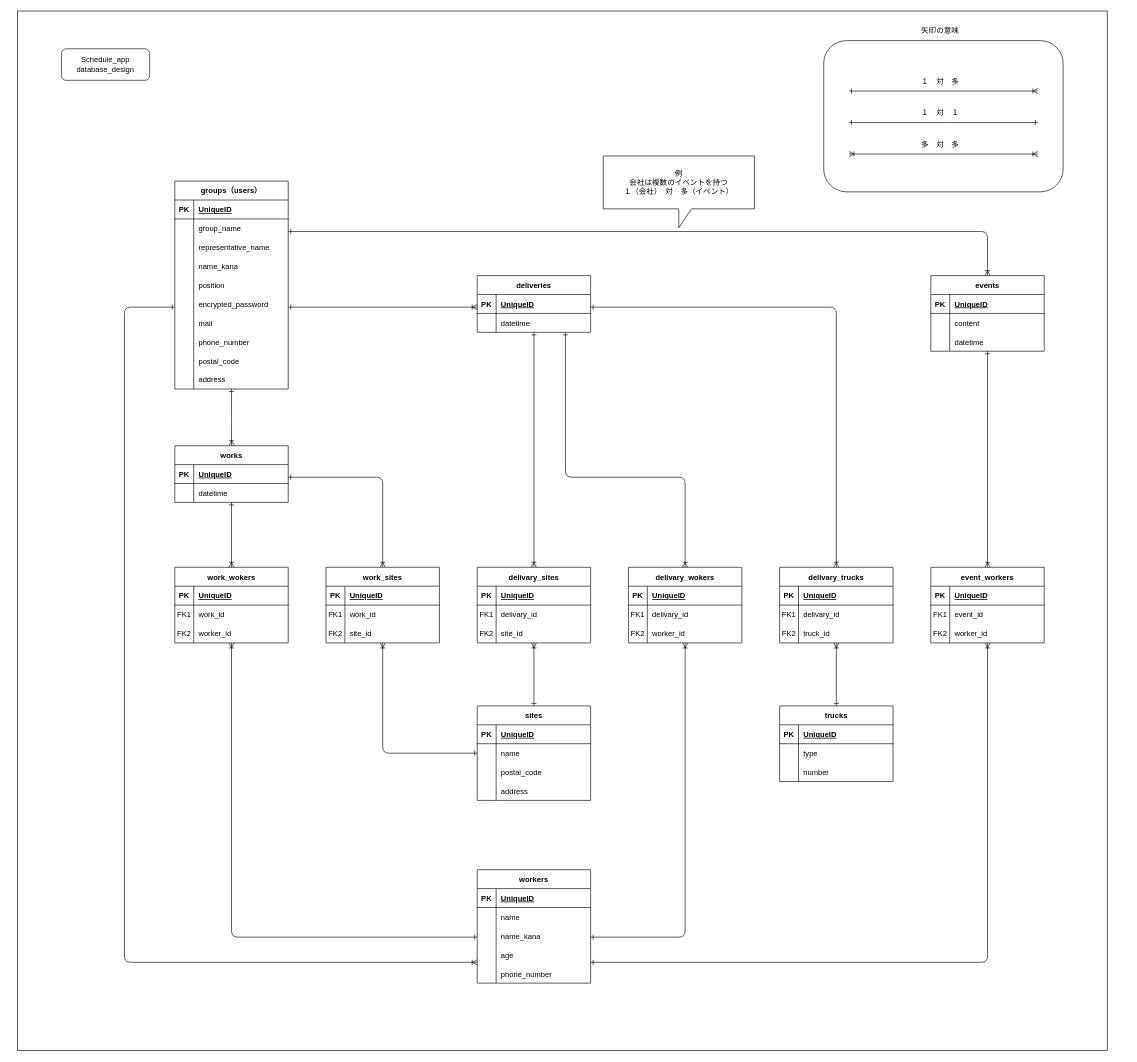
Earlier version of the draw.io diagram database.drawio (nagai-sho/schedule_app). Source tidied: cells renumbered, new cells numbered last; positions are measured from the earlier drawing's top-left corner, leaving out a move shared by most shapes. Both pictures are drawn from the tidied source at 63%, with x=0, y=0 at pixel (17, 11).
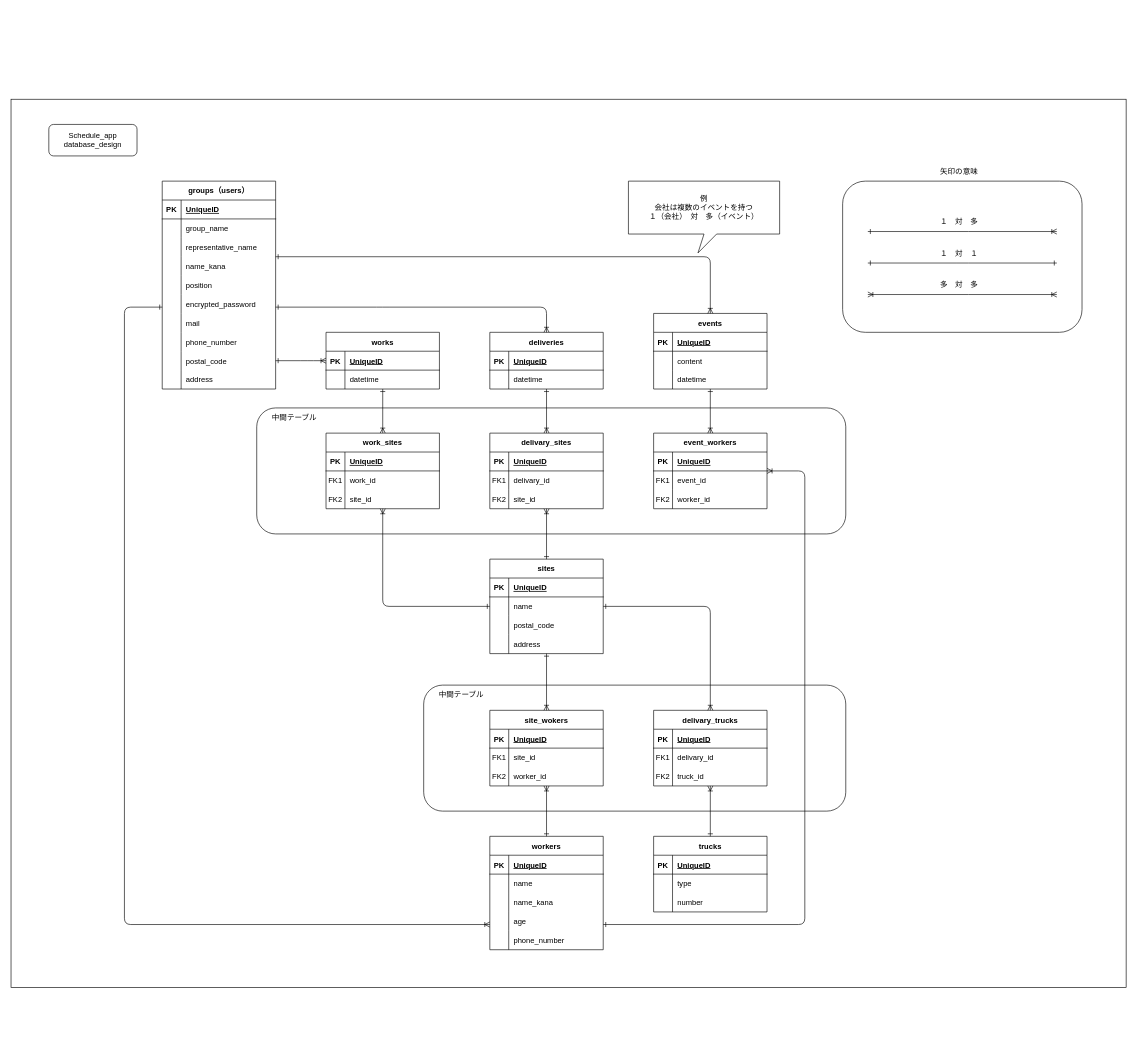
After the change.

Commit message (it also covers changes not shown here):
Modification of database_design

The change refers to these unchanged cells:
```xml
<mxCell id="118" style="shape=tableRow;horizontal=0;startSize=0;swimlaneHead=0;swimlaneBody=0;fillColor=none;top=0;left=0;right=0;bottom=0;" parent="114" vertex="1">
  <mxGeometry y="60" width="180" height="30" as="geometry" />
</mxCell>
```

What changed in the source:
```diff
@@
     <mxCell id="2" style="rounded=0;whiteSpace=wrap;html=1;fillColor=none;" parent="1" vertex="1">
-      <mxGeometry width="1730" height="1650" as="geometry" />
+      <mxGeometry x="-10" y="140" width="1770" height="1410" as="geometry" />
     </mxCell>
+    <mxCell id="185" style="group;fillColor=none;" parent="1" vertex="1">
+      <mxGeometry x="380" y="630" width="935" height="640" as="geometry" />
+    </mxCell>
+    <mxCell id="186" style="group;" parent="185" vertex="1">
+      <mxGeometry x="265" y="440" width="670" height="200" as="geometry" />
+    </mxCell>
+    <mxCell id="187" style="rounded=1;whiteSpace=wrap;html=1;" parent="186" vertex="1">
+      <mxGeometry width="670" height="200" as="geometry" />
+    </mxCell>
+    <mxCell id="188" value="中間テーブル" style="text;html=1;strokeColor=none;fillColor=none;align=center;verticalAlign=middle;whiteSpace=wrap;rounded=0;" parent="186" vertex="1">
+      <mxGeometry width="120" height="30" as="geometry" />
+    </mxCell>
+    <mxCell id="189" style="group;" parent="185" vertex="1">
+      <mxGeometry width="935" height="200" as="geometry" />
+    </mxCell>
+    <mxCell id="190" style="rounded=1;whiteSpace=wrap;html=1;" parent="189" vertex="1">
+      <mxGeometry width="935" height="200" as="geometry" />
+    </mxCell>
+    <mxCell id="191" value="中間テーブル" style="text;html=1;strokeColor=none;fillColor=none;align=center;verticalAlign=middle;whiteSpace=wrap;rounded=0;" parent="189" vertex="1">
+      <mxGeometry width="120" height="30" as="geometry" />
+    </mxCell>
     <mxCell id="3" value="Schedule_app&lt;br&gt;database_design" style="rounded=1;whiteSpace=wrap;html=1;" parent="1" vertex="1">
-      <mxGeometry x="70" y="60" width="140" height="50" as="geometry" />
+      <mxGeometry x="50" y="180" width="140" height="50" as="geometry" />
     </mxCell>
     <mxCell id="4" value="groups（users）" style="shape=table;startSize=30;childLayout=tableLayout;rowLines=0;fontStyle=1;align=center;" parent="1" vertex="1">
-      <mxGeometry x="250" y="270" width="180" height="330" as="geometry" />
+      <mxGeometry x="230" y="270" width="180" height="330" as="geometry" />
     </mxCell>
@@
     <mxCell id="35" value="sites" style="shape=table;startSize=30;childLayout=tableLayout;rowLines=0;fontStyle=1;align=center;" parent="1" vertex="1">
-      <mxGeometry x="730" y="1103" width="180" height="150" as="geometry" />
+      <mxGeometry x="750" y="870" width="180" height="150" as="geometry" />
     </mxCell>
@@
     <mxCell id="48" value="works" style="shape=table;startSize=30;childLayout=tableLayout;rowLines=0;fontStyle=1;align=center;" parent="1" vertex="1">
-      <mxGeometry x="250" y="690" width="180" height="90" as="geometry" />
+      <mxGeometry x="490" y="510" width="180" height="90" as="geometry" />
     </mxCell>
@@
     <mxCell id="55" value="deliveries" style="shape=table;startSize=30;childLayout=tableLayout;rowLines=0;fontStyle=1;align=center;" parent="1" vertex="1">
-      <mxGeometry x="730" y="420" width="180" height="90" as="geometry" />
+      <mxGeometry x="750" y="510" width="180" height="90" as="geometry" />
     </mxCell>
@@
     <mxCell id="62" value="events" style="shape=table;startSize=30;childLayout=tableLayout;rowLines=0;fontStyle=1;align=center;" parent="1" vertex="1">
-      <mxGeometry x="1450" y="420" width="180" height="120" as="geometry" />
+      <mxGeometry x="1010" y="480" width="180" height="120" as="geometry" />
     </mxCell>
@@
     <mxCell id="72" value="trucks" style="shape=table;startSize=30;childLayout=tableLayout;rowLines=0;fontStyle=1;align=center;" parent="1" vertex="1">
-      <mxGeometry x="1210" y="1103" width="180" height="120" as="geometry" />
+      <mxGeometry x="1010" y="1310" width="180" height="120" as="geometry" />
     </mxCell>
@@
     <mxCell id="83" value="workers" style="shape=table;startSize=30;childLayout=tableLayout;rowLines=0;fontStyle=1;align=center;" parent="1" vertex="1">
-      <mxGeometry x="730" y="1363" width="180" height="180" as="geometry" />
+      <mxGeometry x="750" y="1310" width="180" height="180" as="geometry" />
     </mxCell>
@@
     <mxCell id="99" style="edgeStyle=orthogonalEdgeStyle;html=1;endArrow=ERoneToMany;endFill=0;startArrow=ERone;startFill=0;" parent="1" edge="1" source="4" target="62">
       <mxGeometry relative="1" as="geometry">
         <Array as="points">
-          <mxPoint x="1540" y="350" />
+          <mxPoint x="1100" y="390" />
         </Array>
       </mxGeometry>
     </mxCell>
@@
     <mxCell id="101" style="edgeStyle=orthogonalEdgeStyle;html=1;endArrow=ERoneToMany;endFill=0;startArrow=ERone;startFill=0;" parent="1" edge="1" source="4" target="48">
       <mxGeometry relative="1" as="geometry">
         <Array as="points">
-          <mxPoint x="340" y="650" />
-          <mxPoint x="340" y="650" />
+          <mxPoint x="460" y="555" />
+          <mxPoint x="460" y="555" />
         </Array>
       </mxGeometry>
     </mxCell>
     <mxCell id="102" style="edgeStyle=orthogonalEdgeStyle;html=1;endArrow=ERoneToMany;endFill=0;startArrow=ERone;startFill=0;" parent="1" edge="1" source="4" target="83">
       <mxGeometry relative="1" as="geometry">
         <Array as="points">
           <mxPoint x="170" y="470" />
-          <mxPoint x="170" y="1510" />
+          <mxPoint x="170" y="1450" />
         </Array>
       </mxGeometry>
     </mxCell>
     <mxCell id="103" value="work_sites" style="shape=table;startSize=30;childLayout=tableLayout;rowLines=0;fontStyle=1;align=center;" parent="1" vertex="1">
-      <mxGeometry x="490" y="883" width="180" height="120" as="geometry" />
+      <mxGeometry x="490" y="670" width="180" height="120" as="geometry" />
     </mxCell>
@@
-    <mxCell id="114" value="work_wokers" style="shape=table;startSize=30;childLayout=tableLayout;rowLines=0;fontStyle=1;align=center;" parent="1" vertex="1">
-      <mxGeometry x="250" y="883" width="180" height="120" as="geometry" />
+    <mxCell id="114" value="site_wokers" style="shape=table;startSize=30;childLayout=tableLayout;rowLines=0;fontStyle=1;align=center;" parent="1" vertex="1">
+      <mxGeometry x="750" y="1110" width="180" height="120" as="geometry" />
     </mxCell>
@@
-    <mxCell id="120" value="work_id" style="shape=partialRectangle;fillColor=none;top=0;left=0;bottom=0;right=0;align=left;spacingLeft=6;overflow=hidden;" parent="118" vertex="1">
+    <mxCell id="120" value="site_id" style="shape=partialRectangle;fillColor=none;top=0;left=0;bottom=0;right=0;align=left;spacingLeft=6;overflow=hidden;" parent="118" vertex="1">
       <mxGeometry x="30" width="150" height="30" as="geometry" />
     </mxCell>
@@
-    <mxCell id="124" style="edgeStyle=orthogonalEdgeStyle;html=1;endArrow=ERoneToMany;endFill=0;startArrow=ERone;startFill=0;" parent="1" edge="1" source="48" target="114">
+    <mxCell id="124" style="edgeStyle=orthogonalEdgeStyle;html=1;endArrow=ERoneToMany;endFill=0;startArrow=ERone;startFill=0;" parent="1" edge="1" source="35" target="114">
       <mxGeometry relative="1" as="geometry" />
     </mxCell>
     <mxCell id="125" style="edgeStyle=orthogonalEdgeStyle;html=1;endArrow=ERoneToMany;endFill=0;startArrow=ERone;startFill=0;" parent="1" edge="1" source="83" target="114">
-      <mxGeometry relative="1" as="geometry">
-        <Array as="points">
-          <mxPoint x="340" y="1470" />
-        </Array>
-      </mxGeometry>
+      <mxGeometry relative="1" as="geometry" />
     </mxCell>
@@
     <mxCell id="127" value="delivary_sites" style="shape=table;startSize=30;childLayout=tableLayout;rowLines=0;fontStyle=1;align=center;" parent="1" vertex="1">
-      <mxGeometry x="730" y="883" width="180" height="120" as="geometry" />
+      <mxGeometry x="750" y="670" width="180" height="120" as="geometry" />
     </mxCell>
@@
-    <mxCell id="138" value="delivary_wokers" style="shape=table;startSize=30;childLayout=tableLayout;rowLines=0;fontStyle=1;align=center;" parent="1" vertex="1">
-      <mxGeometry x="970" y="883" width="180" height="120" as="geometry" />
-    </mxCell>
-    <mxCell id="139" style="shape=tableRow;horizontal=0;startSize=0;swimlaneHead=0;swimlaneBody=0;fillColor=none;top=0;left=0;right=0;bottom=1;" parent="138" vertex="1">
-      <mxGeometry y="30" width="180" height="30" as="geometry" />
-    </mxCell>
-    <mxCell id="140" value="PK" style="shape=partialRectangle;fillColor=none;top=0;left=0;bottom=0;right=0;fontStyle=1;overflow=hidden;" parent="139" vertex="1">
-      <mxGeometry width="30" height="30" as="geometry" />
-    </mxCell>
-    <mxCell id="141" value="UniqueID" style="shape=partialRectangle;fillColor=none;top=0;left=0;bottom=0;right=0;align=left;spacingLeft=6;fontStyle=5;overflow=hidden;" parent="139" vertex="1">
-      <mxGeometry x="30" width="150" height="30" as="geometry" />
-    </mxCell>
-    <mxCell id="142" style="shape=tableRow;horizontal=0;startSize=0;swimlaneHead=0;swimlaneBody=0;fillColor=none;top=0;left=0;right=0;bottom=0;" parent="138" vertex="1">
-      <mxGeometry y="60" width="180" height="30" as="geometry" />
-    </mxCell>
-    <mxCell id="143" value="FK1" style="shape=partialRectangle;fillColor=none;top=0;left=0;bottom=0;right=0;overflow=hidden;" parent="142" vertex="1">
-      <mxGeometry width="30" height="30" as="geometry" />
-    </mxCell>
-    <mxCell id="144" value="delivary_id" style="shape=partialRectangle;fillColor=none;top=0;left=0;bottom=0;right=0;align=left;spacingLeft=6;overflow=hidden;" parent="142" vertex="1">
-      <mxGeometry x="30" width="150" height="30" as="geometry" />
-    </mxCell>
-    <mxCell id="145" style="shape=tableRow;horizontal=0;startSize=0;swimlaneHead=0;swimlaneBody=0;fillColor=none;top=0;left=0;right=0;bottom=0;" parent="138" vertex="1">
-      <mxGeometry y="90" width="180" height="30" as="geometry" />
-    </mxCell>
-    <mxCell id="146" value="FK2" style="shape=partialRectangle;fillColor=none;top=0;left=0;bottom=0;right=0;overflow=hidden;" parent="145" vertex="1">
-      <mxGeometry width="30" height="30" as="geometry" />
-    </mxCell>
-    <mxCell id="147" value="worker_id" style="shape=partialRectangle;fillColor=none;top=0;left=0;bottom=0;right=0;align=left;spacingLeft=6;overflow=hidden;" parent="145" vertex="1">
-      <mxGeometry x="30" width="150" height="30" as="geometry" />
-    </mxCell>
-    <mxCell id="148" style="edgeStyle=orthogonalEdgeStyle;html=1;endArrow=ERoneToMany;endFill=0;startArrow=ERone;startFill=0;" parent="1" edge="1" source="83" target="138">
-      <mxGeometry relative="1" as="geometry">
-        <Array as="points">
-          <mxPoint x="1060" y="1470" />
-        </Array>
-      </mxGeometry>
-    </mxCell>
-    <mxCell id="149" style="edgeStyle=orthogonalEdgeStyle;html=1;endArrow=ERoneToMany;endFill=0;startArrow=ERone;startFill=0;" parent="1" edge="1" source="55" target="138">
-      <mxGeometry relative="1" as="geometry">
-        <Array as="points">
-          <mxPoint x="870" y="740" />
-          <mxPoint x="1060" y="740" />
-        </Array>
-      </mxGeometry>
-    </mxCell>
     <mxCell id="150" value="delivary_trucks" style="shape=table;startSize=30;childLayout=tableLayout;rowLines=0;fontStyle=1;align=center;" parent="1" vertex="1">
-      <mxGeometry x="1210" y="883" width="180" height="120" as="geometry" />
+      <mxGeometry x="1010" y="1110" width="180" height="120" as="geometry" />
     </mxCell>
@@
-    <mxCell id="160" style="edgeStyle=orthogonalEdgeStyle;html=1;endArrow=ERoneToMany;endFill=0;startArrow=ERone;startFill=0;" parent="1" edge="1" source="55" target="150">
+    <mxCell id="160" style="edgeStyle=orthogonalEdgeStyle;html=1;endArrow=ERoneToMany;endFill=0;startArrow=ERone;startFill=0;" parent="1" edge="1" source="35" target="150">
       <mxGeometry relative="1" as="geometry">
         <Array as="points">
-          <mxPoint x="1300" y="470" />
+          <mxPoint x="1100" y="945" />
         </Array>
       </mxGeometry>
     </mxCell>
@@
     <mxCell id="162" value="event_workers" style="shape=table;startSize=30;childLayout=tableLayout;rowLines=0;fontStyle=1;align=center;" parent="1" vertex="1">
-      <mxGeometry x="1450" y="883" width="180" height="120" as="geometry" />
+      <mxGeometry x="1010" y="670" width="180" height="120" as="geometry" />
     </mxCell>
@@
     <mxCell id="172" style="edgeStyle=orthogonalEdgeStyle;html=1;endArrow=ERoneToMany;endFill=0;startArrow=ERone;startFill=0;" parent="1" edge="1" source="83" target="162">
       <mxGeometry relative="1" as="geometry">
         <Array as="points">
-          <mxPoint x="1540" y="1510" />
+          <mxPoint x="1250" y="1450" />
+          <mxPoint x="1250" y="730" />
         </Array>
       </mxGeometry>
     </mxCell>
     <mxCell id="173" style="edgeStyle=orthogonalEdgeStyle;html=1;endArrow=ERoneToMany;endFill=0;startArrow=ERone;startFill=0;" parent="1" edge="1" source="62" target="162">
-      <mxGeometry relative="1" as="geometry">
-        <Array as="points">
-          <mxPoint x="1540" y="950" />
-          <mxPoint x="1540" y="950" />
-        </Array>
-      </mxGeometry>
+      <mxGeometry relative="1" as="geometry" />
     </mxCell>
-    <mxCell id="174" value="例&lt;br&gt;会社は複数のイベントを持つ&lt;br&gt;１（会社）　対　多（イベント）" style="shape=callout;whiteSpace=wrap;html=1;perimeter=calloutPerimeter;" parent="1" vertex="1">
-      <mxGeometry x="930" y="230" width="240" height="114" as="geometry" />
+    <mxCell id="174" value="例&lt;br&gt;会社は複数のイベントを持つ&lt;br&gt;１（会社）　対　多（イベント）" style="shape=callout;whiteSpace=wrap;html=1;perimeter=calloutPerimeter;position2=0.46;" parent="1" vertex="1">
+      <mxGeometry x="970" y="270" width="240" height="114" as="geometry" />
     </mxCell>
     <mxCell id="175" style="group;" parent="1" vertex="1">
-      <mxGeometry x="1410" y="17" width="250" height="270" as="geometry" />
+      <mxGeometry x="1440" y="240" width="250" height="270" as="geometry" />
     </mxCell>
```
